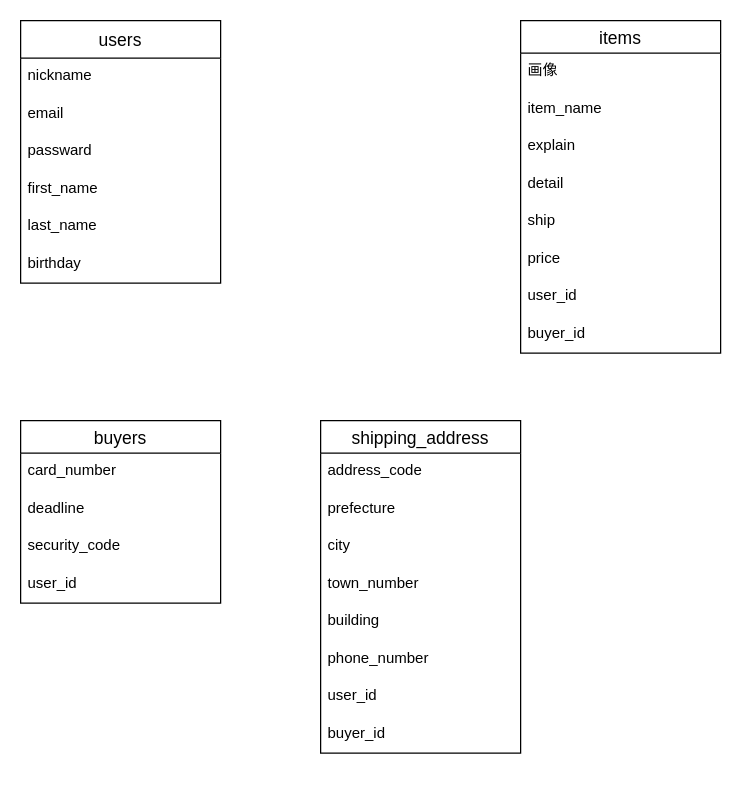
This is furima.dio from schweiz1snow/furima-36493, a draw.io file, before an edit. Source tidied: cells renumbered, new cells numbered last; positions are measured from the earlier drawing's top-left corner, leaving out a move shared by most shapes. Both pictures are drawn from the tidied source at 125%, with x=0, y=0 at pixel (20, 20).
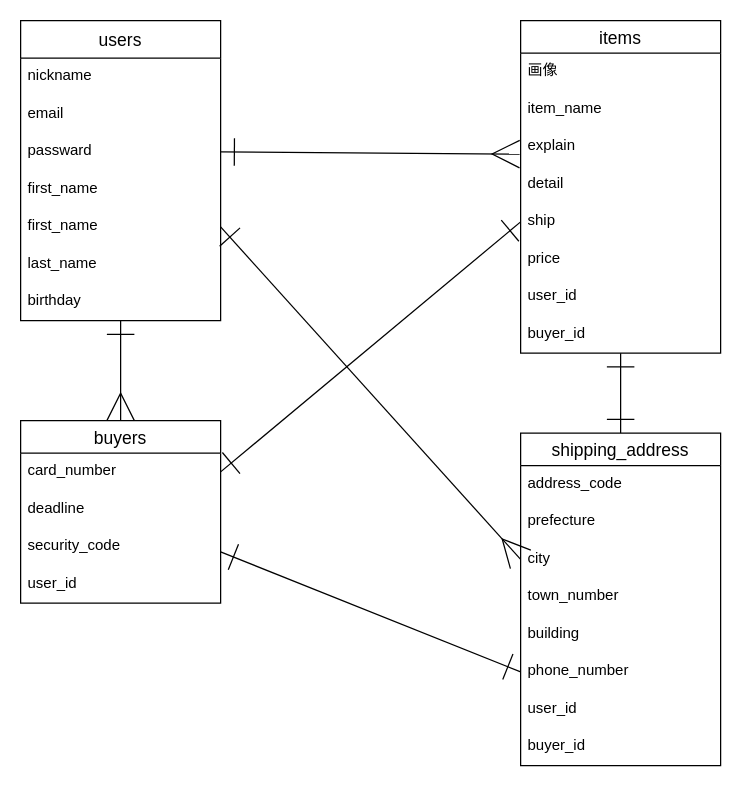
Above is the later version.

Unchanged cells that the change refers to:
```xml
<mxCell id="5" value="passward" style="text;strokeColor=none;fillColor=none;spacingLeft=4;spacingRight=4;overflow=hidden;points=[[0,0.5],[1,0.5]];portConstraint=eastwest;fontSize=12;" parent="2" vertex="1">
  <mxGeometry y="90" width="160" height="30" as="geometry" />
</mxCell>
<mxCell id="9" value="items" style="swimlane;fontStyle=0;horizontal=1;startSize=26;align=center;fontSize=14;" parent="1" vertex="1">
  <mxGeometry x="400" width="160" height="266" as="geometry" />
</mxCell>
<mxCell id="12" value="explain" style="text;strokeColor=none;fillColor=none;spacingLeft=4;spacingRight=4;overflow=hidden;points=[[0,0.5],[1,0.5]];portConstraint=eastwest;fontSize=12;" parent="9" vertex="1">
  <mxGeometry y="86" width="160" height="30" as="geometry" />
</mxCell>
<mxCell id="14" value="ship" style="text;strokeColor=none;fillColor=none;spacingLeft=4;spacingRight=4;overflow=hidden;points=[[0,0.5],[1,0.5]];portConstraint=eastwest;fontSize=12;" parent="9" vertex="1">
  <mxGeometry y="146" width="160" height="30" as="geometry" />
</mxCell>
<mxCell id="18" value="buyers" style="swimlane;fontStyle=0;horizontal=1;startSize=26;align=center;fontSize=14;" parent="1" vertex="1">
  <mxGeometry y="320" width="160" height="146" as="geometry" />
</mxCell>
<mxCell id="19" value="card_number" style="text;strokeColor=none;fillColor=none;spacingLeft=4;spacingRight=4;overflow=hidden;points=[[0,0.5],[1,0.5]];portConstraint=eastwest;fontSize=12;" parent="18" vertex="1">
  <mxGeometry y="26" width="160" height="30" as="geometry" />
</mxCell>
<mxCell id="26" value="city" style="text;strokeColor=none;fillColor=none;spacingLeft=4;spacingRight=4;overflow=hidden;points=[[0,0.5],[1,0.5]];portConstraint=eastwest;fontSize=12;" parent="23" vertex="1">
  <mxGeometry y="86" width="160" height="30" as="geometry" />
</mxCell>
<mxCell id="29" value="phone_number" style="text;strokeColor=none;fillColor=none;spacingLeft=4;spacingRight=4;overflow=hidden;points=[[0,0.5],[1,0.5]];portConstraint=eastwest;fontSize=12;" parent="23" vertex="1">
  <mxGeometry y="176" width="160" height="30" as="geometry" />
</mxCell>
```

Diff of the diagram source:
```diff
@@
+    <mxCell id="32" style="edgeStyle=none;html=1;startArrow=ERone;startFill=0;endArrow=ERmany;endFill=0;startSize=20;endSize=20;strokeWidth=1;entryX=0.5;entryY=0;entryDx=0;entryDy=0;" parent="1" edge="1" source="2" target="18">
+      <mxGeometry relative="1" as="geometry" />
+    </mxCell>
     <mxCell id="2" value="users" style="swimlane;fontStyle=0;horizontal=1;startSize=30;align=center;fontSize=14;" parent="1" vertex="1">
-      <mxGeometry width="160" height="210" as="geometry" />
+      <mxGeometry width="160" height="240" as="geometry" />
     </mxCell>
@@
+    <mxCell id="33" value="first_name" style="text;strokeColor=none;fillColor=none;spacingLeft=4;spacingRight=4;overflow=hidden;points=[[0,0.5],[1,0.5]];portConstraint=eastwest;fontSize=12;" parent="2" vertex="1">
+      <mxGeometry y="150" width="160" height="30" as="geometry" />
+    </mxCell>
     <mxCell id="7" value="last_name" style="text;strokeColor=none;fillColor=none;spacingLeft=4;spacingRight=4;overflow=hidden;fontSize=12;" parent="2" vertex="1">
-      <mxGeometry y="150" width="160" height="30" as="geometry" />
+      <mxGeometry y="180" width="160" height="30" as="geometry" />
     </mxCell>
     <mxCell id="8" value="birthday" style="text;strokeColor=none;fillColor=none;spacingLeft=4;spacingRight=4;overflow=hidden;fontSize=12;" parent="2" vertex="1">
-      <mxGeometry y="180" width="160" height="30" as="geometry" />
+      <mxGeometry y="210" width="160" height="30" as="geometry" />
     </mxCell>
+    <mxCell id="34" style="edgeStyle=none;html=1;entryX=0.5;entryY=0;entryDx=0;entryDy=0;startArrow=ERone;startFill=0;endArrow=ERone;endFill=0;startSize=20;endSize=20;strokeWidth=1;" parent="1" edge="1" source="9" target="23">
+      <mxGeometry relative="1" as="geometry" />
+    </mxCell>
@@
+    <mxCell id="35" style="edgeStyle=none;html=1;entryX=0;entryY=0.5;entryDx=0;entryDy=0;startArrow=ERone;startFill=0;endArrow=ERone;endFill=0;startSize=20;endSize=20;strokeWidth=1;" parent="1" edge="1" source="18" target="29">
+      <mxGeometry relative="1" as="geometry" />
+    </mxCell>
@@
     <mxCell id="23" value="shipping_address" style="swimlane;fontStyle=0;horizontal=1;startSize=26;align=center;fontSize=14;" parent="1" vertex="1">
-      <mxGeometry x="240" y="320" width="160" height="266" as="geometry" />
+      <mxGeometry x="400" y="330" width="160" height="266" as="geometry" />
     </mxCell>
@@
+    <mxCell id="36" style="edgeStyle=none;html=1;exitX=1;exitY=0.5;exitDx=0;exitDy=0;entryX=-0.005;entryY=0.694;entryDx=0;entryDy=0;entryPerimeter=0;startArrow=ERone;startFill=0;endArrow=ERmany;endFill=0;strokeWidth=1;endSize=20;startSize=20;" parent="1" edge="1" source="5" target="12">
+      <mxGeometry relative="1" as="geometry" />
+    </mxCell>
+    <mxCell id="37" style="edgeStyle=none;html=1;exitX=1;exitY=0.5;exitDx=0;exitDy=0;entryX=0;entryY=0.5;entryDx=0;entryDy=0;startArrow=ERone;startFill=0;endArrow=ERmany;endFill=0;startSize=20;endSize=20;strokeWidth=1;" parent="1" edge="1" source="33" target="26">
+      <mxGeometry relative="1" as="geometry" />
+    </mxCell>
+    <mxCell id="38" style="edgeStyle=none;html=1;exitX=0;exitY=0.5;exitDx=0;exitDy=0;entryX=1;entryY=0.5;entryDx=0;entryDy=0;startArrow=ERone;startFill=0;endArrow=ERone;endFill=0;startSize=20;endSize=20;strokeWidth=1;" parent="1" edge="1" source="14" target="19">
+      <mxGeometry relative="1" as="geometry" />
+    </mxCell>
```
